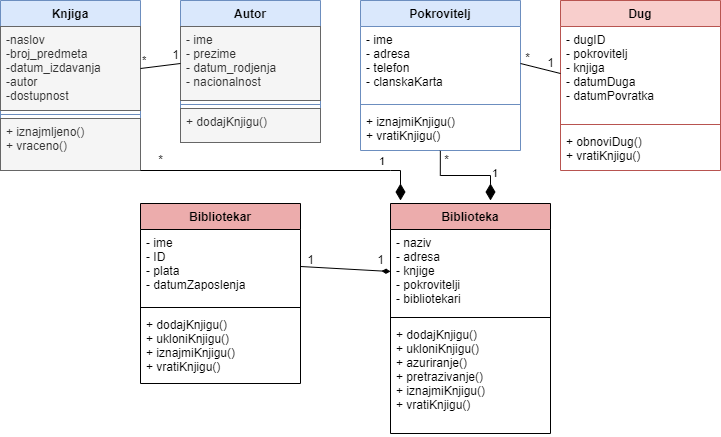
Above: Library UML diagram (unfinished).drawio.png in ign0r/cv (draw.io), before the change. Source tidied: cells renumbered, new cells last; positions are measured from the earlier drawing's top-left corner, leaving out a move shared by most shapes.
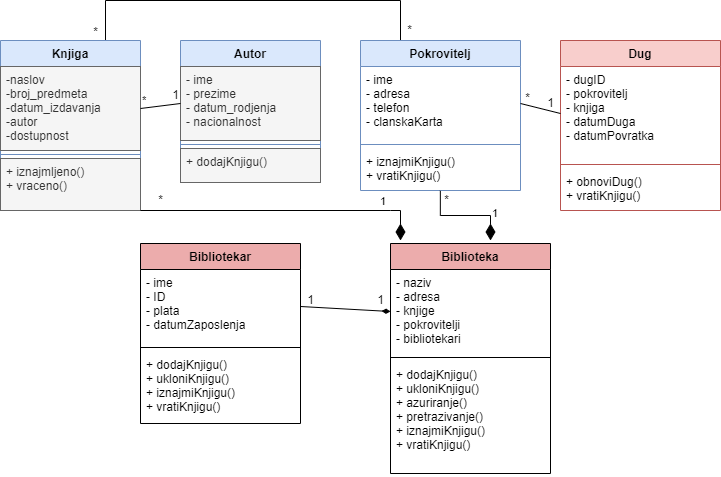
Later version of the same file.

Change to the diagram source:
```diff
@@ -2,6 +2,14 @@
   <root>
     <mxCell id="0" />
     <mxCell id="1" parent="0" />
+    <mxCell id="39" style="edgeStyle=none;rounded=0;jettySize=auto;html=1;exitX=0.75;exitY=0;exitDx=0;exitDy=0;entryX=0.25;entryY=0;entryDx=0;entryDy=0;endArrow=none;endFill=0;" parent="1" edge="1" source="2" target="10">
+      <mxGeometry relative="1" as="geometry">
+        <Array as="points">
+          <mxPoint x="105" y="-40" />
+          <mxPoint x="400" y="-40" />
+        </Array>
+      </mxGeometry>
+    </mxCell>
     <mxCell id="2" value="Knjiga" style="swimlane;fontStyle=1;align=center;verticalAlign=top;horizontal=1;startSize=26;fillColor=#dae8fc;strokeColor=#6c8ebf;" parent="1" vertex="1">
       <mxGeometry width="140" height="170" as="geometry" />
     </mxCell>
@@ -122,5 +130,11 @@
     <mxCell id="38" value="*" style="text;html=1;align=center;verticalAlign=middle;strokeColor=none;fillColor=none;" parent="1" vertex="1">
       <mxGeometry x="145" y="145" width="30" height="30" as="geometry" />
     </mxCell>
+    <mxCell id="40" value="*" style="text;html=1;align=center;verticalAlign=middle;strokeColor=none;fillColor=none;" parent="1" vertex="1">
+      <mxGeometry x="394" y="-25" width="30" height="30" as="geometry" />
+    </mxCell>
+    <mxCell id="41" value="*" style="text;html=1;align=center;verticalAlign=middle;strokeColor=none;fillColor=none;" parent="1" vertex="1">
+      <mxGeometry x="80" y="-23" width="30" height="30" as="geometry" />
+    </mxCell>
   </root>
 </mxGraphModel>
```
